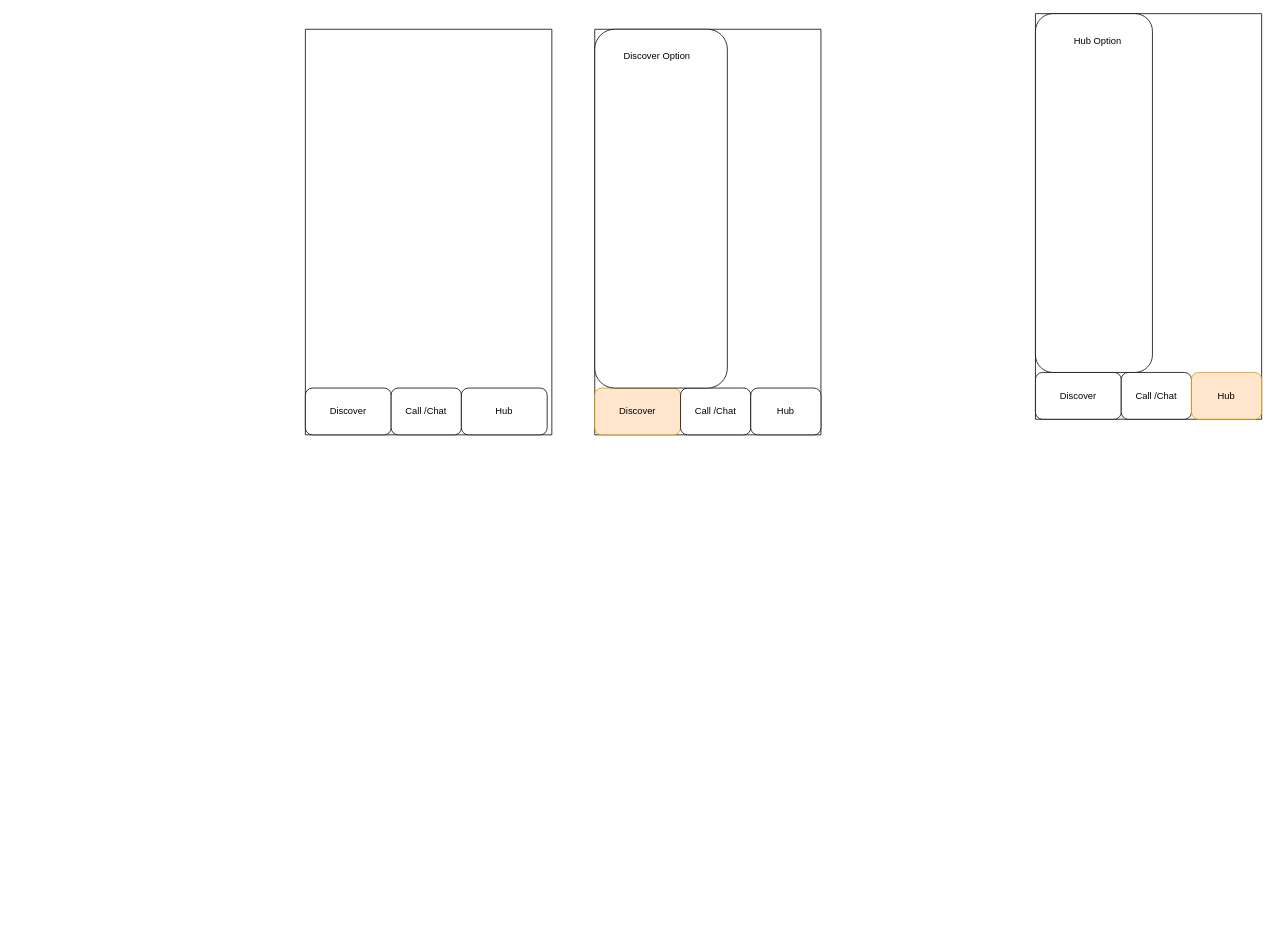
Adityacs001/snippet keeps this draw.io diagram as Buzzmi_Navigation.drawio. Above is the earlier version. Source tidied: cells renumbered, new cells numbered last; positions are measured from the earlier drawing's top-left corner, leaving out a move shared by most shapes. Both pictures are drawn from the tidied source at 78%, with x=0, y=0 at pixel (305, 13).
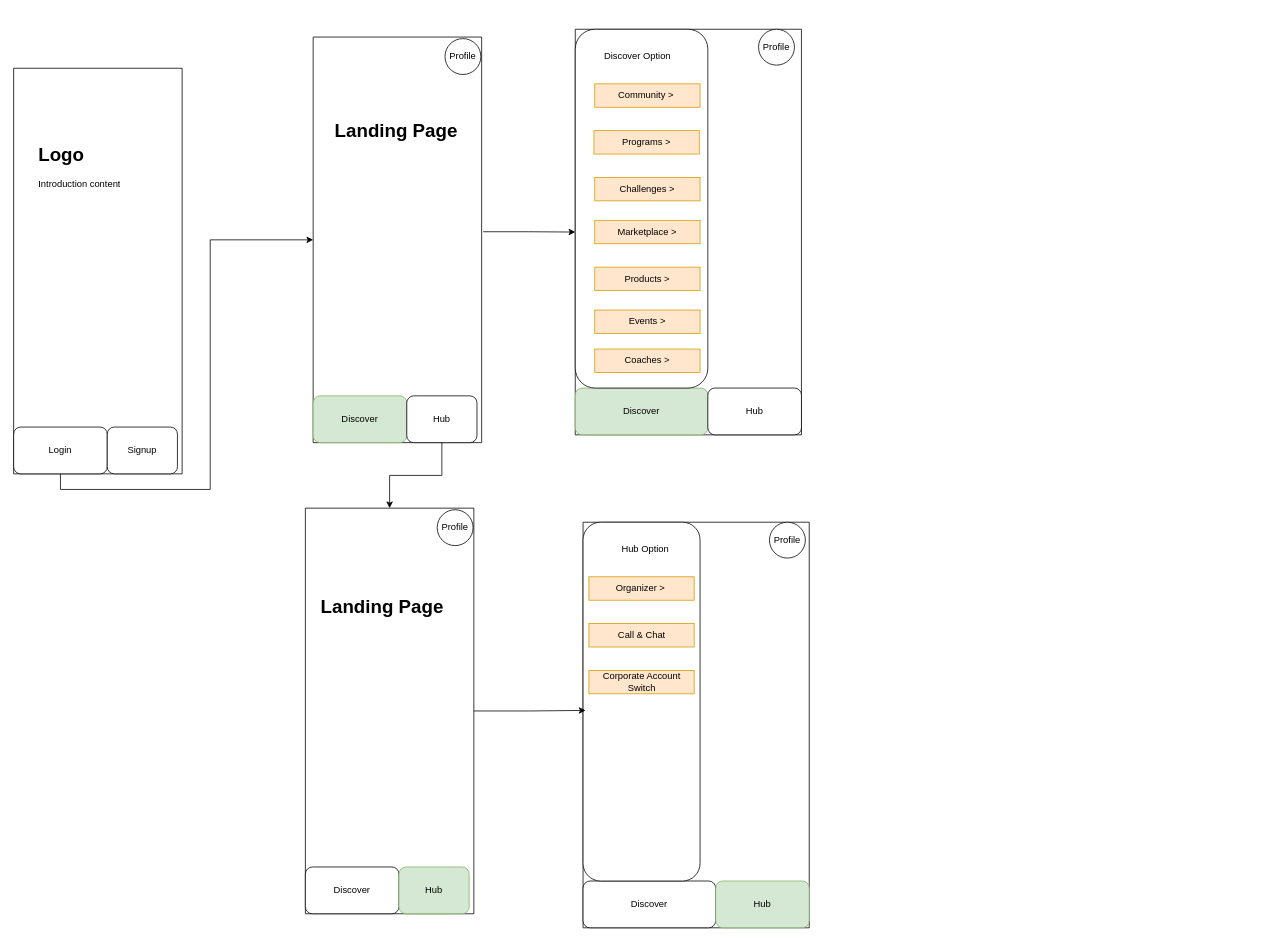
After the change.

Change to the diagram source:
```diff
@@
+    <mxCell id="18" style="edgeStyle=orthogonalEdgeStyle;rounded=0;jettySize=auto;html=1;entryX=0;entryY=0.5;entryDx=0;entryDy=0;exitX=1.009;exitY=0.48;exitDx=0;exitDy=0;exitPerimeter=0;" parent="1" edge="1" source="40" target="12">
+      <mxGeometry relative="1" as="geometry" />
+    </mxCell>
+    <mxCell id="19" style="edgeStyle=orthogonalEdgeStyle;rounded=0;jettySize=auto;html=1;entryX=0;entryY=0.5;entryDx=0;entryDy=0;exitX=0.5;exitY=1;exitDx=0;exitDy=0;" parent="1" edge="1" source="3" target="40">
+      <mxGeometry relative="1" as="geometry" />
+    </mxCell>
     <mxCell id="2" style="swimlane;startSize=0;" parent="1" vertex="1">
-      <mxGeometry y="20" width="316" height="520" as="geometry" />
+      <mxGeometry x="-374" y="70" width="216" height="520" as="geometry" />
     </mxCell>
-    <mxCell id="3" value="Discover" style="rounded=1;whiteSpace=wrap;html=1;" parent="2" vertex="1">
-      <mxGeometry y="460" width="110" height="60" as="geometry" />
+    <mxCell id="3" value="Login" style="rounded=1;whiteSpace=wrap;html=1;" parent="2" vertex="1">
+      <mxGeometry y="460" width="120" height="60" as="geometry" />
     </mxCell>
-    <mxCell id="4" value="Call /Chat" style="rounded=1;whiteSpace=wrap;html=1;" parent="2" vertex="1">
-      <mxGeometry x="110" y="460" width="90" height="60" as="geometry" />
-    </mxCell>
-    <mxCell id="5" value="Hub" style="rounded=1;whiteSpace=wrap;html=1;" parent="2" vertex="1">
-      <mxGeometry x="200" y="460" width="110" height="60" as="geometry" />
+    <mxCell id="5" value="Signup" style="rounded=1;whiteSpace=wrap;html=1;" parent="2" vertex="1">
+      <mxGeometry x="120" y="460" width="90" height="60" as="geometry" />
     </mxCell>
+    <mxCell id="20" value="&lt;h1 style=&quot;margin-top: 0px;&quot;&gt;Logo&lt;/h1&gt;&lt;p&gt;Introduction content&lt;/p&gt;" style="text;html=1;whiteSpace=wrap;overflow=hidden;rounded=0;" parent="2" vertex="1">
+      <mxGeometry x="30" y="90" width="180" height="120" as="geometry" />
+    </mxCell>
     <mxCell id="6" style="swimlane;startSize=0;" parent="1" vertex="1">
-      <mxGeometry x="936" width="290" height="520" as="geometry" />
+      <mxGeometry x="356" y="652" width="290" height="520" as="geometry" />
     </mxCell>
     <mxCell id="7" value="Discover" style="rounded=1;whiteSpace=wrap;html=1;" parent="6" vertex="1">
-      <mxGeometry y="460" width="110" height="60" as="geometry" />
+      <mxGeometry y="460" width="170" height="60" as="geometry" />
     </mxCell>
-    <mxCell id="8" value="Call /Chat" style="rounded=1;whiteSpace=wrap;html=1;" parent="6" vertex="1">
-      <mxGeometry x="110" y="460" width="90" height="60" as="geometry" />
-    </mxCell>
-    <mxCell id="9" value="Hub" style="rounded=1;whiteSpace=wrap;html=1;fillColor=#ffe6cc;strokeColor=#d79b00;" parent="6" vertex="1">
-      <mxGeometry x="200" y="460" width="90" height="60" as="geometry" />
+    <mxCell id="9" value="Hub" style="rounded=1;whiteSpace=wrap;html=1;fillColor=#d5e8d4;strokeColor=#82b366;" parent="6" vertex="1">
+      <mxGeometry x="170" y="460" width="120" height="60" as="geometry" />
     </mxCell>
@@
+    <mxCell id="21" value="Profile" style="ellipse;whiteSpace=wrap;html=1;" parent="6" vertex="1">
+      <mxGeometry x="239" width="46" height="46" as="geometry" />
+    </mxCell>
+    <mxCell id="22" value="Organizer &amp;gt;&amp;nbsp;" style="text;html=1;align=center;verticalAlign=middle;whiteSpace=wrap;rounded=0;fillColor=#ffe6cc;strokeColor=#d79b00;" parent="6" vertex="1">
+      <mxGeometry x="7.5" y="70" width="135" height="30" as="geometry" />
+    </mxCell>
+    <mxCell id="23" value="Call &amp;amp; Chat" style="text;html=1;align=center;verticalAlign=middle;whiteSpace=wrap;rounded=0;fillColor=#ffe6cc;strokeColor=#d79b00;" parent="6" vertex="1">
+      <mxGeometry x="7.5" y="130" width="135" height="30" as="geometry" />
+    </mxCell>
+    <mxCell id="24" value="Corporate Account&lt;div&gt;Switch&lt;/div&gt;" style="text;html=1;align=center;verticalAlign=middle;whiteSpace=wrap;rounded=0;fillColor=#ffe6cc;strokeColor=#d79b00;" parent="6" vertex="1">
+      <mxGeometry x="7.5" y="190" width="135" height="30" as="geometry" />
+    </mxCell>
+    <mxCell id="25" style="group;" parent="1" vertex="1">
+      <mxGeometry x="346" y="20" width="290" height="520" as="geometry" />
+    </mxCell>
-    <mxCell id="12" style="swimlane;startSize=0;" parent="1" vertex="1">
-      <mxGeometry x="371" y="20" width="290" height="520" as="geometry" />
+    <mxCell id="12" style="swimlane;startSize=0;" parent="25" vertex="1">
+      <mxGeometry width="290" height="520" as="geometry" />
     </mxCell>
-    <mxCell id="13" value="Discover" style="rounded=1;whiteSpace=wrap;html=1;fillColor=#ffe6cc;strokeColor=#d79b00;" parent="12" vertex="1">
-      <mxGeometry y="460" width="110" height="60" as="geometry" />
+    <mxCell id="13" value="Discover" style="rounded=1;whiteSpace=wrap;html=1;fillColor=#d5e8d4;strokeColor=#82b366;" parent="12" vertex="1">
+      <mxGeometry y="460" width="170" height="60" as="geometry" />
     </mxCell>
-    <mxCell id="14" value="Call /Chat" style="rounded=1;whiteSpace=wrap;html=1;" parent="12" vertex="1">
-      <mxGeometry x="110" y="460" width="90" height="60" as="geometry" />
-    </mxCell>
     <mxCell id="15" value="Hub" style="rounded=1;whiteSpace=wrap;html=1;" parent="12" vertex="1">
-      <mxGeometry x="200" y="460" width="90" height="60" as="geometry" />
+      <mxGeometry x="170" y="460" width="120" height="60" as="geometry" />
     </mxCell>
@@
+    <mxCell id="26" value="Profile" style="ellipse;whiteSpace=wrap;html=1;" parent="12" vertex="1">
+      <mxGeometry x="235" width="46" height="46" as="geometry" />
+    </mxCell>
+    <mxCell id="27" value="Challenges &amp;gt;" style="text;html=1;align=center;verticalAlign=middle;whiteSpace=wrap;rounded=0;fillColor=#ffe6cc;strokeColor=#d79b00;" parent="12" vertex="1">
+      <mxGeometry x="25" y="190" width="135" height="30" as="geometry" />
+    </mxCell>
+    <mxCell id="28" value="Products &amp;gt;" style="text;html=1;align=center;verticalAlign=middle;whiteSpace=wrap;rounded=0;fillColor=#ffe6cc;strokeColor=#d79b00;" parent="12" vertex="1">
+      <mxGeometry x="25" y="305" width="135" height="30" as="geometry" />
+    </mxCell>
+    <mxCell id="29" value="Marketplace &amp;gt;" style="text;html=1;align=center;verticalAlign=middle;whiteSpace=wrap;rounded=0;fillColor=#ffe6cc;strokeColor=#d79b00;" parent="12" vertex="1">
+      <mxGeometry x="25" y="245" width="135" height="30" as="geometry" />
+    </mxCell>
+    <mxCell id="30" value="Events &amp;gt;" style="text;html=1;align=center;verticalAlign=middle;whiteSpace=wrap;rounded=0;fillColor=#ffe6cc;strokeColor=#d79b00;" parent="12" vertex="1">
+      <mxGeometry x="25" y="360" width="135" height="30" as="geometry" />
+    </mxCell>
+    <mxCell id="31" value="Coaches &amp;gt;" style="text;html=1;align=center;verticalAlign=middle;whiteSpace=wrap;rounded=0;fillColor=#ffe6cc;strokeColor=#d79b00;" parent="12" vertex="1">
+      <mxGeometry x="25" y="410" width="135" height="30" as="geometry" />
+    </mxCell>
+    <mxCell id="32" value="Community &amp;gt;&amp;nbsp;" style="text;html=1;align=center;verticalAlign=middle;whiteSpace=wrap;rounded=0;fillColor=#ffe6cc;strokeColor=#d79b00;" parent="25" vertex="1">
+      <mxGeometry x="25" y="70" width="135" height="30" as="geometry" />
+    </mxCell>
+    <mxCell id="33" value="Programs &amp;gt;" style="text;html=1;align=center;verticalAlign=middle;whiteSpace=wrap;rounded=0;fillColor=#ffe6cc;strokeColor=#d79b00;" parent="25" vertex="1">
+      <mxGeometry x="24" y="130" width="135" height="30" as="geometry" />
+    </mxCell>
+    <mxCell id="34" style="swimlane;startSize=0;" parent="1" vertex="1">
+      <mxGeometry y="634" width="216" height="520" as="geometry" />
+    </mxCell>
+    <mxCell id="35" value="Discover" style="rounded=1;whiteSpace=wrap;html=1;" parent="34" vertex="1">
+      <mxGeometry y="460" width="120" height="60" as="geometry" />
+    </mxCell>
+    <mxCell id="36" value="Hub" style="rounded=1;whiteSpace=wrap;html=1;fillColor=#d5e8d4;strokeColor=#82b366;" parent="34" vertex="1">
+      <mxGeometry x="120" y="460" width="90" height="60" as="geometry" />
+    </mxCell>
+    <mxCell id="37" value="Profile" style="ellipse;whiteSpace=wrap;html=1;" parent="34" vertex="1">
+      <mxGeometry x="169" y="2" width="46" height="46" as="geometry" />
+    </mxCell>
+    <mxCell id="38" value="&lt;h1 style=&quot;margin-top: 0px;&quot;&gt;Landing Page&lt;/h1&gt;" style="text;html=1;whiteSpace=wrap;overflow=hidden;rounded=0;" parent="34" vertex="1">
+      <mxGeometry x="18" y="106" width="180" height="120" as="geometry" />
+    </mxCell>
+    <mxCell id="39" style="edgeStyle=orthogonalEdgeStyle;rounded=0;jettySize=auto;html=1;entryX=0.011;entryY=0.464;entryDx=0;entryDy=0;entryPerimeter=0;" parent="1" edge="1" source="34" target="6">
+      <mxGeometry relative="1" as="geometry" />
+    </mxCell>
+    <mxCell id="40" style="swimlane;startSize=0;" parent="1" vertex="1">
+      <mxGeometry x="10" y="30" width="216" height="520" as="geometry" />
+    </mxCell>
+    <mxCell id="41" value="Discover" style="rounded=1;whiteSpace=wrap;html=1;fillColor=#d5e8d4;strokeColor=#82b366;" parent="40" vertex="1">
+      <mxGeometry y="460" width="120" height="60" as="geometry" />
+    </mxCell>
+    <mxCell id="42" value="Hub" style="rounded=1;whiteSpace=wrap;html=1;" parent="40" vertex="1">
+      <mxGeometry x="120" y="460" width="90" height="60" as="geometry" />
+    </mxCell>
+    <mxCell id="43" value="Profile" style="ellipse;whiteSpace=wrap;html=1;" parent="40" vertex="1">
+      <mxGeometry x="169" y="2" width="46" height="46" as="geometry" />
+    </mxCell>
+    <mxCell id="44" value="&lt;h1 style=&quot;margin-top: 0px;&quot;&gt;Landing Page&lt;/h1&gt;" style="text;html=1;whiteSpace=wrap;overflow=hidden;rounded=0;" parent="40" vertex="1">
+      <mxGeometry x="26" y="100" width="180" height="120" as="geometry" />
+    </mxCell>
+    <mxCell id="45" style="edgeStyle=orthogonalEdgeStyle;rounded=0;jettySize=auto;html=1;exitX=0.5;exitY=1;exitDx=0;exitDy=0;" parent="1" edge="1" source="42" target="34">
+      <mxGeometry relative="1" as="geometry" />
+    </mxCell>
```
